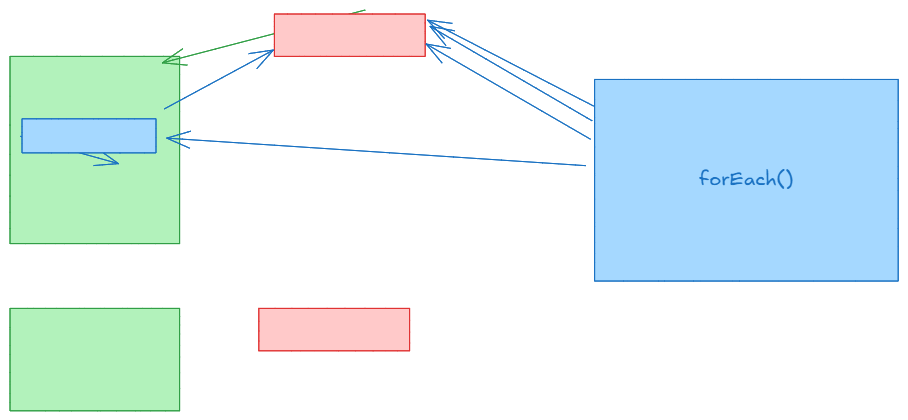
Before: 4_types/iterator.excalidraw.png, a diagram exported from Excalidraw (silvercodes/p32_p34_js). Source tidied: one line per element, renumbered; positions are measured from the earlier drawing's top-left corner, leaving out a move shared by most shapes. Its diagram source:
```json
{"id": 0, "type": "rectangle", "strokeColor": "#2f9e44", "backgroundColor": "#b2f2bb", "fillStyle": "solid", "strokeWidth": 1, "roughness": 0, "x": 0, "y": 42, "width": 170, "height": 187}
{"id": 1, "type": "rectangle", "strokeColor": "#2f9e44", "backgroundColor": "#b2f2bb", "fillStyle": "solid", "strokeWidth": 1, "roughness": 0, "x": 0, "y": 294, "width": 170, "height": 102}
{"id": 2, "type": "rectangle", "strokeColor": "#e03131", "backgroundColor": "#ffc9c9", "fillStyle": "solid", "strokeWidth": 1, "roughness": 0, "x": 264, "y": 0, "width": 151, "height": 42}
{"id": 3, "type": "rectangle", "strokeColor": "#e03131", "backgroundColor": "#ffc9c9", "fillStyle": "solid", "strokeWidth": 1, "roughness": 0, "x": 249, "y": 294, "width": 151, "height": 42}
{"id": 4, "type": "rectangle", "strokeColor": "#1971c2", "backgroundColor": "#a5d8ff", "fillStyle": "solid", "strokeWidth": 1, "roughness": 0, "x": 585, "y": 65, "width": 304, "height": 202}
{"id": 5, "type": "text", "text": "forEach()", "strokeColor": "#1971c2", "backgroundColor": "#a5d8ff", "fillStyle": "solid", "strokeWidth": 1, "roughness": 0, "fontSize": 20, "fontFamily": 5, "textAlign": "center", "verticalAlign": "middle", "inside": 4, "x": 689, "y": 154, "width": 94, "height": 25}
{"id": 6, "type": "arrow", "strokeColor": "#1971c2", "backgroundColor": "#a5d8ff", "fillStyle": "solid", "strokeWidth": 1, "roughness": 0, "endArrowhead": "arrow", "round": true, "from": 4, "to": 2, "x": 581, "y": 125, "width": 164, "height": 95, "points": [[0, 0], [-164, -95]]}
{"id": 7, "type": "arrow", "strokeColor": "#1971c2", "backgroundColor": "#a5d8ff", "fillStyle": "solid", "strokeWidth": 1, "roughness": 0, "endArrowhead": "arrow", "round": true, "from": 4, "to": 11, "x": 576, "y": 152, "width": 419, "height": 28, "points": [[0, 0], [-419, -28]]}
{"id": 8, "type": "arrow", "strokeColor": "#1971c2", "backgroundColor": "#a5d8ff", "fillStyle": "solid", "strokeWidth": 1, "roughness": 0, "endArrowhead": "arrow", "round": true, "from": 11, "to": 2, "x": 154, "y": 95, "width": 109, "height": 59, "points": [[0, 0], [109, -59]]}
{"id": 9, "type": "arrow", "strokeColor": "#1971c2", "backgroundColor": "#a5d8ff", "fillStyle": "solid", "strokeWidth": 1, "roughness": 0, "endArrowhead": "arrow", "round": true, "from": 4, "to": 2, "x": 582, "y": 107, "width": 162, "height": 95, "points": [[0, 0], [-162, -95]]}
{"id": 10, "type": "arrow", "strokeColor": "#1971c2", "backgroundColor": "#a5d8ff", "fillStyle": "solid", "strokeWidth": 1, "roughness": 0, "endArrowhead": "arrow", "round": true, "from": 4, "to": 2, "x": 584, "y": 92, "width": 166, "height": 86, "points": [[0, 0], [-166, -86]]}
{"id": 11, "type": "rectangle", "strokeColor": "#1971c2", "backgroundColor": "#a5d8ff", "fillStyle": "solid", "strokeWidth": 1, "roughness": 0, "x": 12, "y": 105, "width": 134, "height": 34}
```
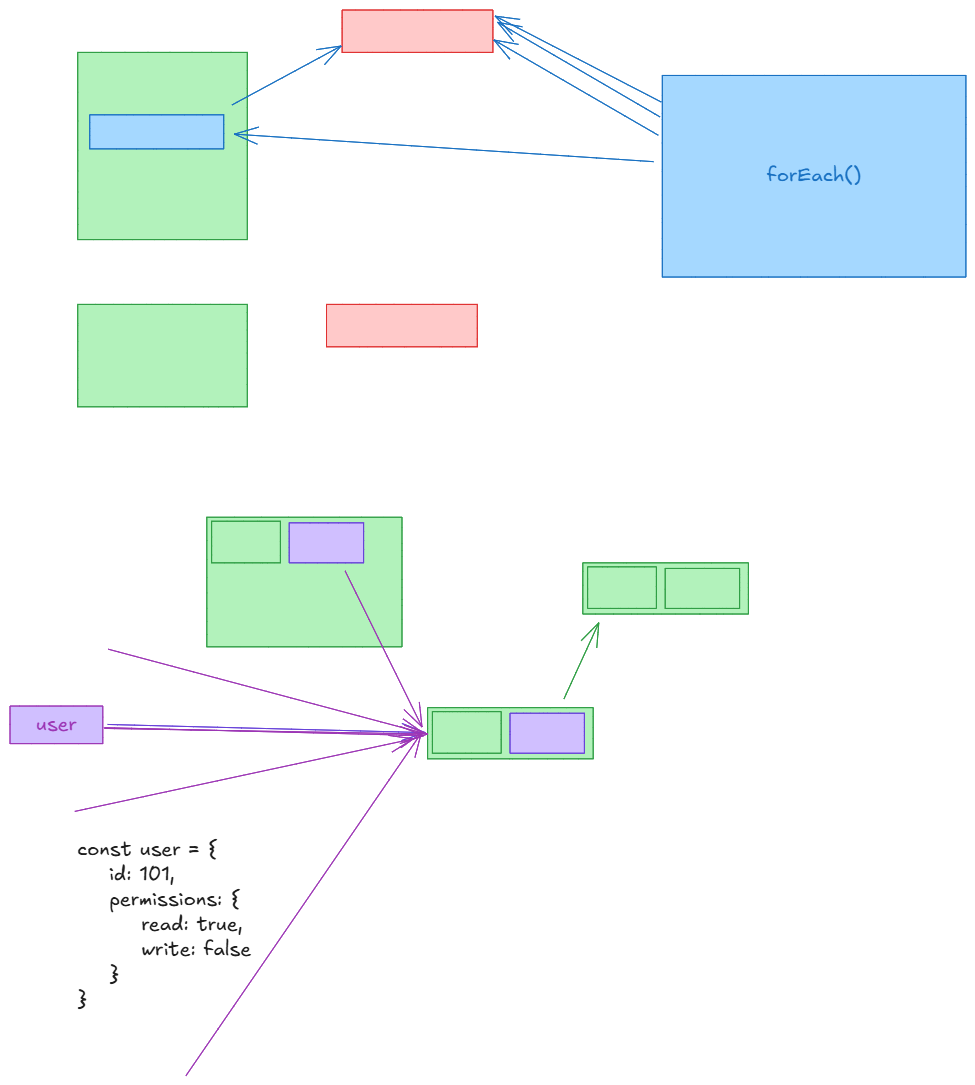
After the commit.

Commit message:
add: Map, Set

What changed in the source:
```diff
@@ -10,3 +10,17 @@
 {"id": 9, "type": "arrow", "strokeColor": "#1971c2", "backgroundColor": "#a5d8ff", "fillStyle": "solid", "strokeWidth": 1, "roughness": 0, "endArrowhead": "arrow", "round": true, "from": 4, "to": 2, "x": 582, "y": 107, "width": 162, "height": 95, "points": [[0, 0], [-162, -95]]}
 {"id": 10, "type": "arrow", "strokeColor": "#1971c2", "backgroundColor": "#a5d8ff", "fillStyle": "solid", "strokeWidth": 1, "roughness": 0, "endArrowhead": "arrow", "round": true, "from": 4, "to": 2, "x": 584, "y": 92, "width": 166, "height": 86, "points": [[0, 0], [-166, -86]]}
 {"id": 11, "type": "rectangle", "strokeColor": "#1971c2", "backgroundColor": "#a5d8ff", "fillStyle": "solid", "strokeWidth": 1, "roughness": 0, "x": 12, "y": 105, "width": 134, "height": 34}
+{"id": 12, "type": "rectangle", "strokeColor": "#2f9e44", "backgroundColor": "#b2f2bb", "fillStyle": "solid", "strokeWidth": 1, "roughness": 0, "x": 350, "y": 698, "width": 166, "height": 51}
+{"id": 13, "type": "text", "text": "const user = {\n    id: 101,\n    permissions: {\n        read: true,\n        write: false\n    }\n}", "strokeColor": "#1e1e1e", "strokeWidth": 1, "roughness": 0, "fontSize": 20, "fontFamily": 5, "x": -1, "y": 827, "width": 174, "height": 175}
+{"id": 14, "type": "rectangle", "strokeColor": "#2f9e44", "backgroundColor": "#b2f2bb", "fillStyle": "solid", "strokeWidth": 1, "roughness": 0, "x": 355, "y": 702, "width": 69, "height": 42}
+{"id": 15, "type": "rectangle", "strokeColor": "#6741d9", "backgroundColor": "#d0bfff", "fillStyle": "solid", "strokeWidth": 1, "roughness": 0, "x": 432, "y": 703, "width": 74, "height": 40}
+{"id": 16, "type": "rectangle", "strokeColor": "#9c36b5", "backgroundColor": "#d0bfff", "fillStyle": "solid", "strokeWidth": 1, "roughness": 0, "x": -68, "y": 696, "width": 93, "height": 38}
+{"id": 17, "type": "text", "text": "user", "strokeColor": "#9c36b5", "backgroundColor": "#b2f2bb", "fillStyle": "solid", "strokeWidth": 1, "roughness": 0, "fontSize": 20, "fontFamily": 5, "textAlign": "center", "verticalAlign": "middle", "inside": 16, "x": -42, "y": 702, "width": 41, "height": 25}
+{"id": 18, "type": "rectangle", "strokeColor": "#2f9e44", "backgroundColor": "#b2f2bb", "fillStyle": "solid", "strokeWidth": 1, "roughness": 0, "x": 505, "y": 553, "width": 166, "height": 51}
+{"id": 19, "type": "rectangle", "strokeColor": "#2f9e44", "backgroundColor": "#b2f2bb", "fillStyle": "solid", "strokeWidth": 1, "roughness": 0, "x": 510, "y": 557, "width": 69, "height": 42}
+{"id": 20, "type": "rectangle", "strokeColor": "#2f9e44", "backgroundColor": "#b2f2bb", "fillStyle": "solid", "strokeWidth": 1, "roughness": 0, "x": 587, "y": 558, "width": 74, "height": 40}
+{"id": 21, "type": "arrow", "strokeColor": "#2f9e44", "backgroundColor": "#b2f2bb", "fillStyle": "solid", "strokeWidth": 1, "roughness": 0, "endArrowhead": "arrow", "round": true, "from": 15, "to": 19, "x": 486, "y": 689, "width": 35, "height": 76, "points": [[0, 0], [35, -76]]}
+{"id": 22, "type": "rectangle", "strokeColor": "#2f9e44", "backgroundColor": "#b2f2bb", "fillStyle": "solid", "strokeWidth": 1, "roughness": 0, "x": 129, "y": 507, "width": 195, "height": 130}
+{"id": 23, "type": "rectangle", "strokeColor": "#2f9e44", "backgroundColor": "#b2f2bb", "fillStyle": "solid", "strokeWidth": 1, "roughness": 0, "x": 134, "y": 511, "width": 69, "height": 42}
+{"id": 24, "type": "rectangle", "strokeColor": "#6741d9", "backgroundColor": "#d0bfff", "fillStyle": "solid", "strokeWidth": 1, "roughness": 0, "x": 211, "y": 513, "width": 74, "height": 40}
+{"id": 25, "type": "arrow", "strokeColor": "#9c36b5", "backgroundColor": "#b2f2bb", "fillStyle": "solid", "strokeWidth": 1, "roughness": 0, "endArrowhead": "arrow", "round": true, "from": 24, "to": 14, "x": 267, "y": 561, "width": 77, "height": 156, "points": [[0, 0], [77, 156]]}
```
